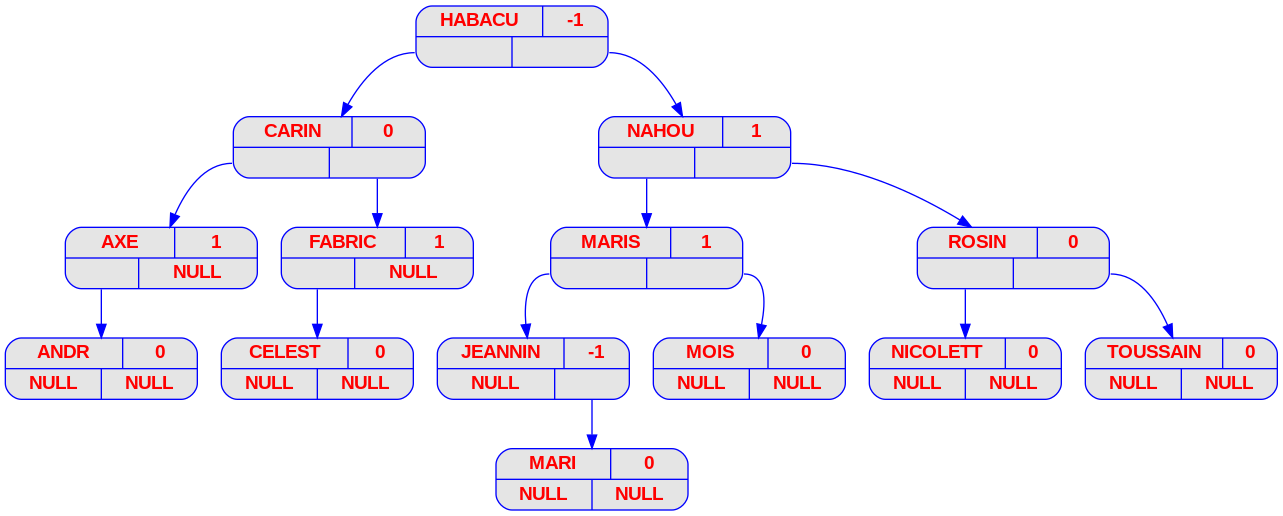
The Graphviz diagram ex1/img/png/prenoms_v13.png in danilorodrigues128/FilRougeAAP, before a commit. Its source is kept beside it as ex1/img/dot/prenoms_v13.dot. Its diagram source:
```dot
digraph prenoms {
	node [
		fontname  = "Arial bold"
		fontsize  = "14"
		fontcolor = "red"
		style     = "rounded, filled"
		shape     = "record"
		fillcolor = "grey90"
		color     = "blue"
		width     = "2"
	]

	edge [
		color     = "blue"
	]

	HABACU [label = "{{<c> HABACU | <b> -1} | { <g> | <d>}}"];
	HABACU:g -> CARIN;
	CARIN [label = "{{<c> CARIN | <b> 0} | { <g> | <d>}}"];
	CARIN:g -> AXE;
	AXE [label = "{{<c> AXE | <b> 1} | { <g> | <d>}}"];
	AXE [label = "{{<c> AXE | <b> 1} | { <g> | <d> NULL}}"];
	AXE:g -> ANDR;
	ANDR [label = "{{<c> ANDR | <b> 0} | { <g> | <d>}}"];
	ANDR [label = "{{<c> ANDR | <b> 0} | { <g> NULL | <d> NULL}}"];
	CARIN:d -> FABRIC;
	FABRIC [label = "{{<c> FABRIC | <b> 1} | { <g> | <d>}}"];
	FABRIC [label = "{{<c> FABRIC | <b> 1} | { <g> | <d> NULL}}"];
	FABRIC:g -> CELEST;
	CELEST [label = "{{<c> CELEST | <b> 0} | { <g> | <d>}}"];
	CELEST [label = "{{<c> CELEST | <b> 0} | { <g> NULL | <d> NULL}}"];
	HABACU:d -> NAHOU;
	NAHOU [label = "{{<c> NAHOU | <b> 1} | { <g> | <d>}}"];
	NAHOU:g -> MARIS;
	MARIS [label = "{{<c> MARIS | <b> 1} | { <g> | <d>}}"];
	MARIS:g -> JEANNIN;
	JEANNIN [label = "{{<c> JEANNIN | <b> -1} | { <g> | <d>}}"];
	JEANNIN [label = "{{<c> JEANNIN | <b> -1} | { <g> NULL | <d> }}"];
	JEANNIN:d -> MARI;
	MARI [label = "{{<c> MARI | <b> 0} | { <g> | <d>}}"];
	MARI [label = "{{<c> MARI | <b> 0} | { <g> NULL | <d> NULL}}"];
	MARIS:d -> MOIS;
	MOIS [label = "{{<c> MOIS | <b> 0} | { <g> | <d>}}"];
	MOIS [label = "{{<c> MOIS | <b> 0} | { <g> NULL | <d> NULL}}"];
	NAHOU:d -> ROSIN;
	ROSIN [label = "{{<c> ROSIN | <b> 0} | { <g> | <d>}}"];
	ROSIN:g -> NICOLETT;
	NICOLETT [label = "{{<c> NICOLETT | <b> 0} | { <g> | <d>}}"];
	NICOLETT [label = "{{<c> NICOLETT | <b> 0} | { <g> NULL | <d> NULL}}"];
	ROSIN:d -> TOUSSAIN;
	TOUSSAIN [label = "{{<c> TOUSSAIN | <b> 0} | { <g> | <d>}}"];
	TOUSSAIN [label = "{{<c> TOUSSAIN | <b> 0} | { <g> NULL | <d> NULL}}"];
}
```
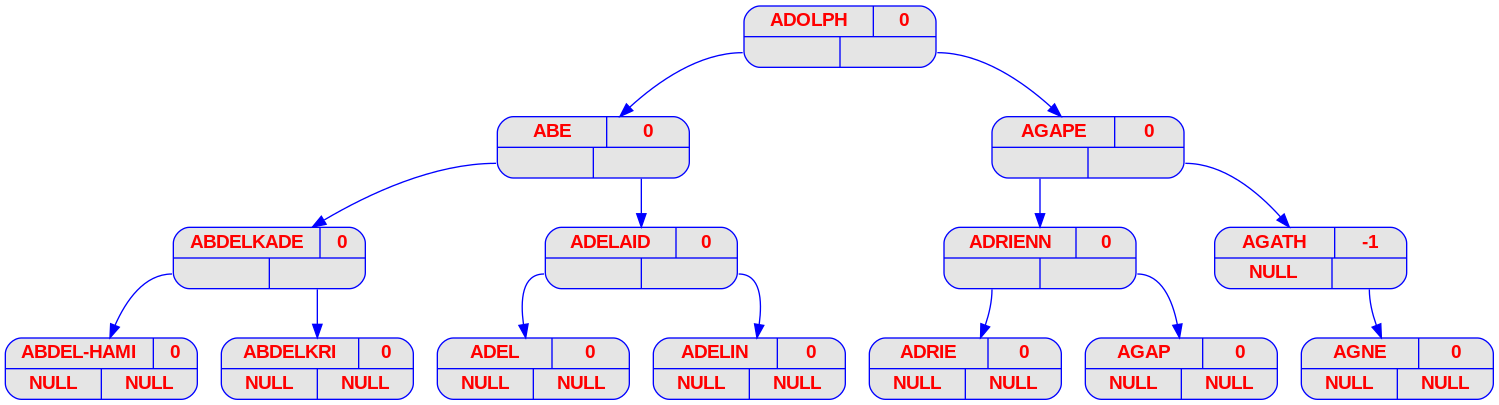
Above is the later version.

Change to the diagram source:
```diff
@@ -14,40 +14,39 @@
 		color     = "blue"
 	]
 
-	HABACU [label = "{{<c> HABACU | <b> -1} | { <g> | <d>}}"];
-	HABACU:g -> CARIN;
-	CARIN [label = "{{<c> CARIN | <b> 0} | { <g> | <d>}}"];
-	CARIN:g -> AXE;
-	AXE [label = "{{<c> AXE | <b> 1} | { <g> | <d>}}"];
-	AXE [label = "{{<c> AXE | <b> 1} | { <g> | <d> NULL}}"];
-	AXE:g -> ANDR;
-	ANDR [label = "{{<c> ANDR | <b> 0} | { <g> | <d>}}"];
-	ANDR [label = "{{<c> ANDR | <b> 0} | { <g> NULL | <d> NULL}}"];
-	CARIN:d -> FABRIC;
-	FABRIC [label = "{{<c> FABRIC | <b> 1} | { <g> | <d>}}"];
-	FABRIC [label = "{{<c> FABRIC | <b> 1} | { <g> | <d> NULL}}"];
-	FABRIC:g -> CELEST;
-	CELEST [label = "{{<c> CELEST | <b> 0} | { <g> | <d>}}"];
-	CELEST [label = "{{<c> CELEST | <b> 0} | { <g> NULL | <d> NULL}}"];
-	HABACU:d -> NAHOU;
-	NAHOU [label = "{{<c> NAHOU | <b> 1} | { <g> | <d>}}"];
-	NAHOU:g -> MARIS;
-	MARIS [label = "{{<c> MARIS | <b> 1} | { <g> | <d>}}"];
-	MARIS:g -> JEANNIN;
-	JEANNIN [label = "{{<c> JEANNIN | <b> -1} | { <g> | <d>}}"];
-	JEANNIN [label = "{{<c> JEANNIN | <b> -1} | { <g> NULL | <d> }}"];
-	JEANNIN:d -> MARI;
-	MARI [label = "{{<c> MARI | <b> 0} | { <g> | <d>}}"];
-	MARI [label = "{{<c> MARI | <b> 0} | { <g> NULL | <d> NULL}}"];
-	MARIS:d -> MOIS;
-	MOIS [label = "{{<c> MOIS | <b> 0} | { <g> | <d>}}"];
-	MOIS [label = "{{<c> MOIS | <b> 0} | { <g> NULL | <d> NULL}}"];
-	NAHOU:d -> ROSIN;
-	ROSIN [label = "{{<c> ROSIN | <b> 0} | { <g> | <d>}}"];
-	ROSIN:g -> NICOLETT;
-	NICOLETT [label = "{{<c> NICOLETT | <b> 0} | { <g> | <d>}}"];
-	NICOLETT [label = "{{<c> NICOLETT | <b> 0} | { <g> NULL | <d> NULL}}"];
-	ROSIN:d -> TOUSSAIN;
-	TOUSSAIN [label = "{{<c> TOUSSAIN | <b> 0} | { <g> | <d>}}"];
-	TOUSSAIN [label = "{{<c> TOUSSAIN | <b> 0} | { <g> NULL | <d> NULL}}"];
+	"ADOLPH" [label = "{{<c> ADOLPH | <b> 0} | { <g> | <d>}}"];
+	"ADOLPH":g -> "ABE";
+	"ABE" [label = "{{<c> ABE | <b> 0} | { <g> | <d>}}"];
+	"ABE":g -> "ABDELKADE";
+	"ABDELKADE" [label = "{{<c> ABDELKADE | <b> 0} | { <g> | <d>}}"];
+	"ABDELKADE":g -> "ABDEL-HAMI";
+	"ABDEL-HAMI" [label = "{{<c> ABDEL-HAMI | <b> 0} | { <g> | <d>}}"];
+	"ABDEL-HAMI" [label = "{{<c> ABDEL-HAMI | <b> 0} | { <g> NULL | <d> NULL}}"];
+	"ABDELKADE":d -> "ABDELKRI";
+	"ABDELKRI" [label = "{{<c> ABDELKRI | <b> 0} | { <g> | <d>}}"];
+	"ABDELKRI" [label = "{{<c> ABDELKRI | <b> 0} | { <g> NULL | <d> NULL}}"];
+	"ABE":d -> "ADELAID";
+	"ADELAID" [label = "{{<c> ADELAID | <b> 0} | { <g> | <d>}}"];
+	"ADELAID":g -> "ADEL";
+	"ADEL" [label = "{{<c> ADEL | <b> 0} | { <g> | <d>}}"];
+	"ADEL" [label = "{{<c> ADEL | <b> 0} | { <g> NULL | <d> NULL}}"];
+	"ADELAID":d -> "ADELIN";
+	"ADELIN" [label = "{{<c> ADELIN | <b> 0} | { <g> | <d>}}"];
+	"ADELIN" [label = "{{<c> ADELIN | <b> 0} | { <g> NULL | <d> NULL}}"];
+	"ADOLPH":d -> "AGAPE";
+	"AGAPE" [label = "{{<c> AGAPE | <b> 0} | { <g> | <d>}}"];
+	"AGAPE":g -> "ADRIENN";
+	"ADRIENN" [label = "{{<c> ADRIENN | <b> 0} | { <g> | <d>}}"];
+	"ADRIENN":g -> "ADRIE";
+	"ADRIE" [label = "{{<c> ADRIE | <b> 0} | { <g> | <d>}}"];
+	"ADRIE" [label = "{{<c> ADRIE | <b> 0} | { <g> NULL | <d> NULL}}"];
+	"ADRIENN":d -> "AGAP";
+	"AGAP" [label = "{{<c> AGAP | <b> 0} | { <g> | <d>}}"];
+	"AGAP" [label = "{{<c> AGAP | <b> 0} | { <g> NULL | <d> NULL}}"];
+	"AGAPE":d -> "AGATH";
+	"AGATH" [label = "{{<c> AGATH | <b> -1} | { <g> | <d>}}"];
+	"AGATH" [label = "{{<c> AGATH | <b> -1} | { <g> NULL | <d> }}"];
+	"AGATH":d -> "AGNE";
+	"AGNE" [label = "{{<c> AGNE | <b> 0} | { <g> | <d>}}"];
+	"AGNE" [label = "{{<c> AGNE | <b> 0} | { <g> NULL | <d> NULL}}"];
 }
```
